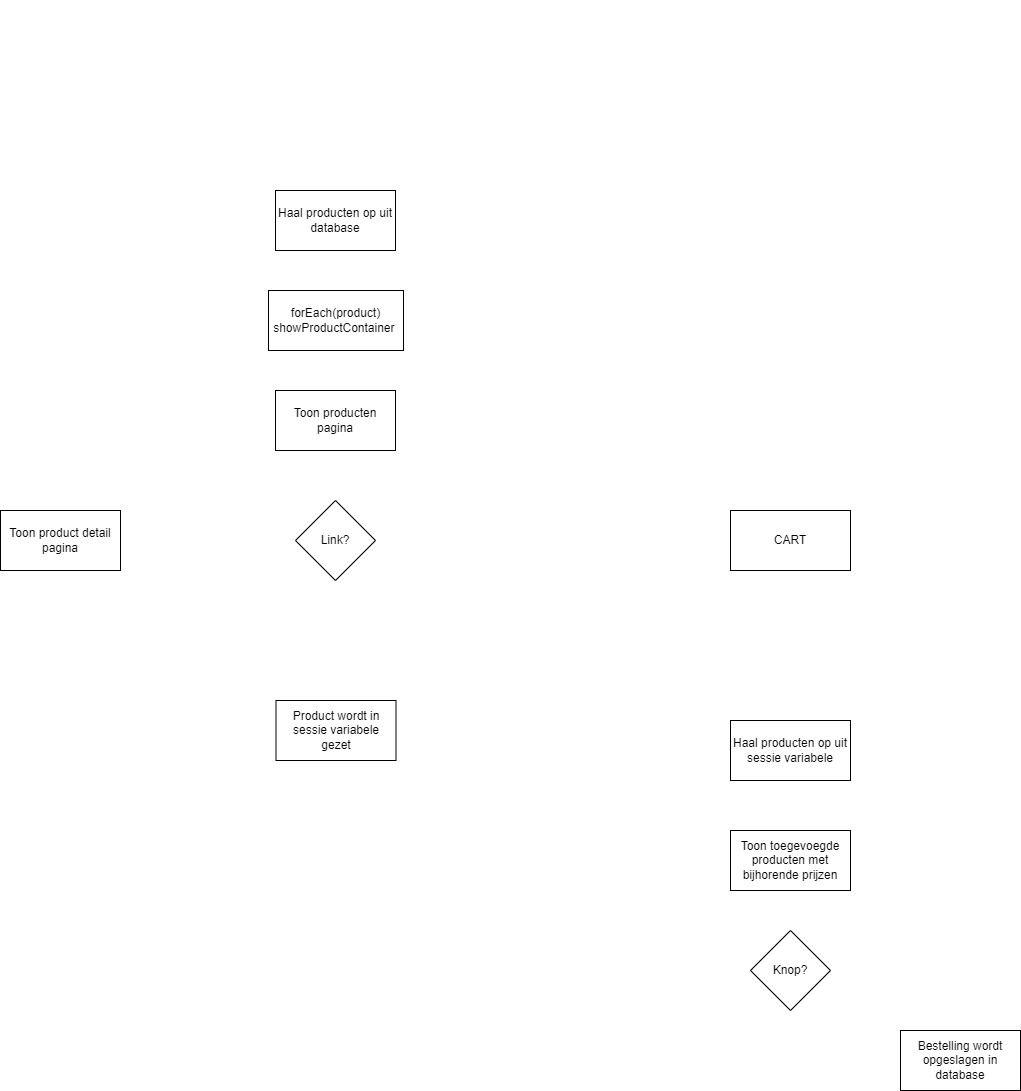
Above: Diagrams/webshop_flowchart.drawio.png in Dabra720/educom-webshop-database (draw.io), before the change. Source tidied: cells renumbered, new cells last; positions are measured from the earlier drawing's top-left corner, leaving out a move shared by most shapes.
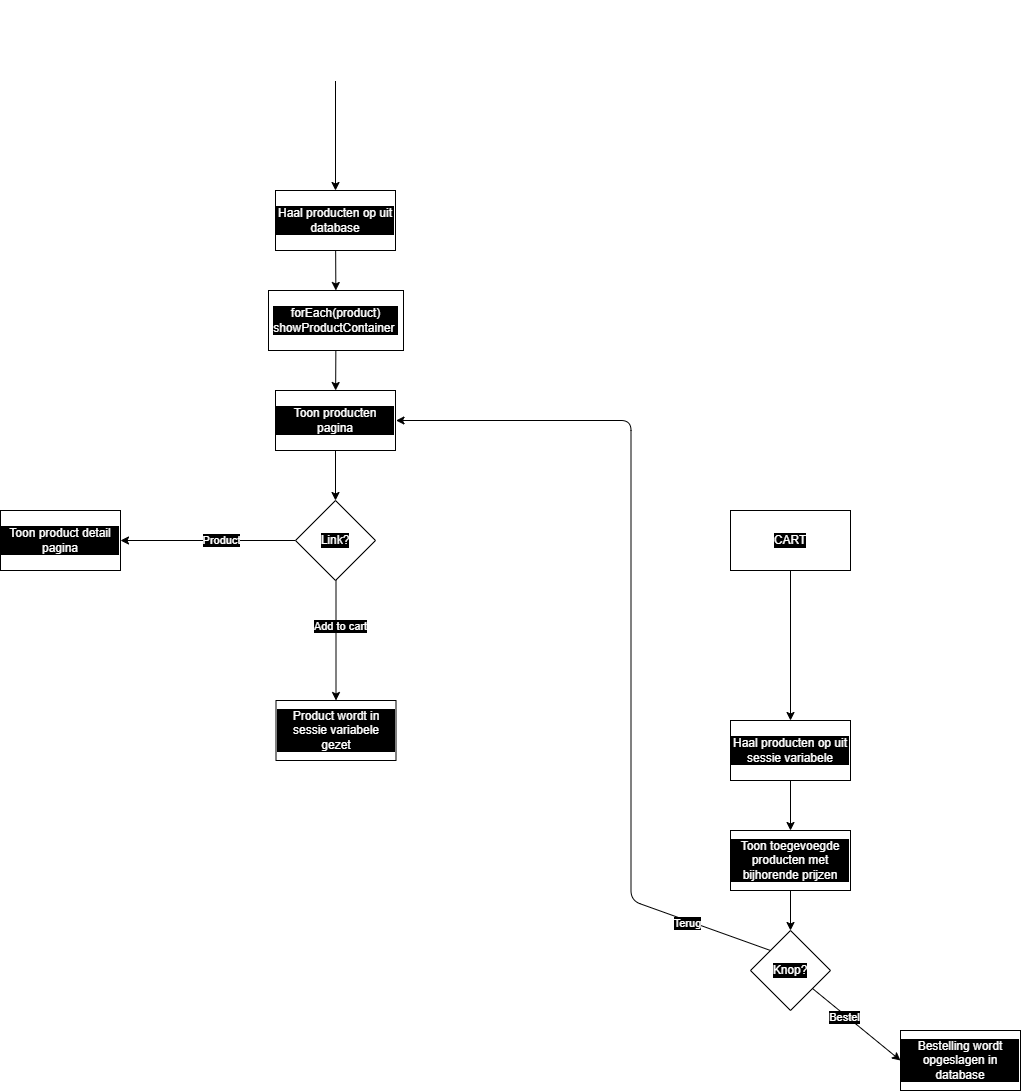
The same diagram one commit later.

What changed in the source:
```diff
@@ -1,76 +1,76 @@
-<mxGraphModel>
+<mxGraphModel background="#ffffff">
   <root>
     <mxCell id="0" />
     <mxCell id="1" parent="0" />
-    <mxCell id="2" style="edgeStyle=none;html=1;strokeColor=#FFFFFF;" parent="1" edge="1" source="3" target="15">
+    <mxCell id="2" style="edgeStyle=none;html=1;strokeColor=#000000;labelBackgroundColor=#000000;fontColor=#FFFFFF;" parent="1" edge="1" source="3" target="15">
       <mxGeometry relative="1" as="geometry" />
     </mxCell>
-    <mxCell id="3" style="ellipse;whiteSpace=wrap;html=1;strokeColor=#FFFFFF;" parent="1" vertex="1">
+    <mxCell id="3" style="ellipse;whiteSpace=wrap;html=1;strokeColor=#FFFFFF;labelBackgroundColor=#000000;fontColor=#FFFFFF;" parent="1" vertex="1">
       <mxGeometry x="295" width="80" height="80" as="geometry" />
     </mxCell>
-    <mxCell id="4" style="edgeStyle=none;html=1;entryX=0.5;entryY=0;entryDx=0;entryDy=0;strokeColor=#FFFFFF;" parent="1" edge="1" source="5" target="11">
+    <mxCell id="4" style="edgeStyle=none;html=1;entryX=0.5;entryY=0;entryDx=0;entryDy=0;strokeColor=#000000;labelBackgroundColor=#000000;fontColor=#FFFFFF;" parent="1" edge="1" source="5" target="11">
       <mxGeometry relative="1" as="geometry" />
     </mxCell>
-    <mxCell id="5" value="Toon producten pagina" style="rounded=0;whiteSpace=wrap;html=1;" parent="1" vertex="1">
+    <mxCell id="5" value="Toon producten pagina" style="rounded=0;whiteSpace=wrap;html=1;labelBackgroundColor=#000000;fontColor=#FFFFFF;" parent="1" vertex="1">
       <mxGeometry x="275" y="390" width="120" height="60" as="geometry" />
     </mxCell>
-    <mxCell id="6" style="edgeStyle=none;html=1;strokeColor=#FFFFFF;" parent="1" edge="1" source="11" target="12">
+    <mxCell id="6" style="edgeStyle=none;html=1;strokeColor=#000000;labelBackgroundColor=#000000;fontColor=#FFFFFF;" parent="1" edge="1" source="11" target="12">
       <mxGeometry relative="1" as="geometry" />
     </mxCell>
-    <mxCell id="7" value="Product" style="edgeLabel;html=1;align=center;verticalAlign=middle;fontColor=#FFFFFF;" parent="6" vertex="1">
+    <mxCell id="7" value="Product" style="edgeLabel;html=1;align=center;verticalAlign=middle;fontColor=#FFFFFF;labelBackgroundColor=#000000;" parent="6" vertex="1">
       <mxGeometry x="-0.14" y="-1" relative="1" as="geometry" />
     </mxCell>
-    <mxCell id="8" style="edgeStyle=none;html=1;strokeColor=#FFFFFF;" parent="1" edge="1" target="13">
+    <mxCell id="8" style="edgeStyle=none;html=1;strokeColor=#000000;labelBackgroundColor=#000000;fontColor=#FFFFFF;" parent="1" edge="1" target="13">
       <mxGeometry relative="1" as="geometry">
         <mxPoint x="335.5" y="580" as="sourcePoint" />
       </mxGeometry>
     </mxCell>
-    <mxCell id="9" value="Add to cart" style="edgeLabel;html=1;align=center;verticalAlign=middle;fontColor=#FFFFFF;" parent="8" vertex="1">
+    <mxCell id="9" value="Add to cart" style="edgeLabel;html=1;align=center;verticalAlign=middle;fontColor=#FFFFFF;labelBackgroundColor=#000000;" parent="8" vertex="1">
       <mxGeometry x="-0.25" y="4" relative="1" as="geometry" />
     </mxCell>
-    <mxCell id="10" style="edgeStyle=none;html=1;strokeColor=#FFFFFF;" parent="1" edge="1" source="11" target="19">
+    <mxCell id="10" style="edgeStyle=none;html=1;strokeColor=#FFFFFF;labelBackgroundColor=#000000;fontColor=#FFFFFF;" parent="1" edge="1" source="11" target="19">
       <mxGeometry relative="1" as="geometry" />
     </mxCell>
-    <mxCell id="11" value="Link?" style="rhombus;whiteSpace=wrap;html=1;" parent="1" vertex="1">
+    <mxCell id="11" value="Link?" style="rhombus;whiteSpace=wrap;html=1;labelBackgroundColor=#000000;fontColor=#FFFFFF;" parent="1" vertex="1">
       <mxGeometry x="295" y="500" width="80" height="80" as="geometry" />
     </mxCell>
-    <mxCell id="12" value="Toon product detail pagina" style="rounded=0;whiteSpace=wrap;html=1;" parent="1" vertex="1">
+    <mxCell id="12" value="Toon product detail pagina" style="rounded=0;whiteSpace=wrap;html=1;labelBackgroundColor=#000000;fontColor=#FFFFFF;" parent="1" vertex="1">
       <mxGeometry y="510" width="120" height="60" as="geometry" />
     </mxCell>
-    <mxCell id="13" value="Product wordt in sessie variabele gezet" style="rounded=0;whiteSpace=wrap;html=1;" parent="1" vertex="1">
+    <mxCell id="13" value="Product wordt in sessie variabele gezet" style="rounded=0;whiteSpace=wrap;html=1;labelBackgroundColor=#000000;fontColor=#FFFFFF;" parent="1" vertex="1">
       <mxGeometry x="275.5" y="700" width="120" height="60" as="geometry" />
     </mxCell>
-    <mxCell id="14" style="edgeStyle=none;html=1;strokeColor=#FFFFFF;" parent="1" edge="1" source="15" target="17">
+    <mxCell id="14" style="edgeStyle=none;html=1;strokeColor=#000000;labelBackgroundColor=#000000;fontColor=#FFFFFF;" parent="1" edge="1" source="15" target="17">
       <mxGeometry relative="1" as="geometry" />
     </mxCell>
-    <mxCell id="15" value="Haal producten op uit database" style="whiteSpace=wrap;html=1;" parent="1" vertex="1">
+    <mxCell id="15" value="Haal producten op uit database" style="whiteSpace=wrap;html=1;labelBackgroundColor=#000000;fontColor=#FFFFFF;" parent="1" vertex="1">
       <mxGeometry x="275" y="190" width="120" height="60" as="geometry" />
     </mxCell>
-    <mxCell id="16" style="edgeStyle=none;html=1;strokeColor=#FFFFFF;" parent="1" edge="1" source="17" target="5">
+    <mxCell id="16" style="edgeStyle=none;html=1;strokeColor=#000000;labelBackgroundColor=#000000;fontColor=#FFFFFF;" parent="1" edge="1" source="17" target="5">
       <mxGeometry relative="1" as="geometry" />
     </mxCell>
-    <mxCell id="17" value="forEach(product)&lt;br&gt;showProductContainer&amp;nbsp;" style="whiteSpace=wrap;html=1;" parent="1" vertex="1">
+    <mxCell id="17" value="forEach(product)&lt;br&gt;showProductContainer&amp;nbsp;" style="whiteSpace=wrap;html=1;labelBackgroundColor=#000000;fontColor=#FFFFFF;" parent="1" vertex="1">
       <mxGeometry x="268" y="290" width="135" height="60" as="geometry" />
     </mxCell>
-    <mxCell id="18" style="edgeStyle=none;html=1;entryX=0.5;entryY=0;entryDx=0;entryDy=0;strokeColor=#FFFFFF;" parent="1" edge="1" source="19" target="21">
+    <mxCell id="18" style="edgeStyle=none;html=1;entryX=0.5;entryY=0;entryDx=0;entryDy=0;strokeColor=#000000;labelBackgroundColor=#000000;fontColor=#FFFFFF;" parent="1" edge="1" source="19" target="21">
       <mxGeometry relative="1" as="geometry" />
     </mxCell>
-    <mxCell id="19" value="CART" style="whiteSpace=wrap;html=1;" parent="1" vertex="1">
+    <mxCell id="19" value="CART" style="whiteSpace=wrap;html=1;labelBackgroundColor=#000000;fontColor=#FFFFFF;" parent="1" vertex="1">
       <mxGeometry x="730" y="510" width="120" height="60" as="geometry" />
     </mxCell>
-    <mxCell id="20" style="edgeStyle=none;html=1;strokeColor=#FFFFFF;" parent="1" edge="1" source="21" target="23">
+    <mxCell id="20" style="edgeStyle=none;html=1;strokeColor=#000000;labelBackgroundColor=#000000;fontColor=#FFFFFF;" parent="1" edge="1" source="21" target="23">
       <mxGeometry relative="1" as="geometry" />
     </mxCell>
-    <mxCell id="21" value="Haal producten op uit sessie variabele" style="rounded=0;whiteSpace=wrap;html=1;" parent="1" vertex="1">
+    <mxCell id="21" value="Haal producten op uit sessie variabele" style="rounded=0;whiteSpace=wrap;html=1;labelBackgroundColor=#000000;fontColor=#FFFFFF;" parent="1" vertex="1">
       <mxGeometry x="730" y="720" width="120" height="60" as="geometry" />
     </mxCell>
-    <mxCell id="22" style="edgeStyle=none;html=1;entryX=0.5;entryY=0;entryDx=0;entryDy=0;strokeColor=#FFFFFF;" parent="1" edge="1" source="23" target="28">
+    <mxCell id="22" style="edgeStyle=none;html=1;entryX=0.5;entryY=0;entryDx=0;entryDy=0;strokeColor=#000000;labelBackgroundColor=#000000;fontColor=#FFFFFF;" parent="1" edge="1" source="23" target="28">
       <mxGeometry relative="1" as="geometry" />
     </mxCell>
-    <mxCell id="23" value="Toon toegevoegde producten met bijhorende prijzen" style="rounded=0;whiteSpace=wrap;html=1;" parent="1" vertex="1">
+    <mxCell id="23" value="Toon toegevoegde producten met bijhorende prijzen" style="rounded=0;whiteSpace=wrap;html=1;labelBackgroundColor=#000000;fontColor=#FFFFFF;" parent="1" vertex="1">
       <mxGeometry x="730" y="830" width="120" height="60" as="geometry" />
     </mxCell>
-    <mxCell id="24" style="edgeStyle=none;html=1;exitX=0;exitY=0;exitDx=0;exitDy=0;entryX=1;entryY=0.5;entryDx=0;entryDy=0;strokeColor=#FFFFFF;" parent="1" edge="1" source="28">
+    <mxCell id="24" style="edgeStyle=none;html=1;exitX=0;exitY=0;exitDx=0;exitDy=0;entryX=1;entryY=0.5;entryDx=0;entryDy=0;strokeColor=#000000;labelBackgroundColor=#000000;fontColor=#FFFFFF;" parent="1" edge="1" source="28">
       <mxGeometry relative="1" as="geometry">
         <mxPoint x="395.5" y="420" as="targetPoint" />
         <Array as="points">
@@ -79,19 +79,19 @@
         </Array>
       </mxGeometry>
     </mxCell>
-    <mxCell id="25" value="Terug" style="edgeLabel;html=1;align=center;verticalAlign=middle;fontColor=#FFFFFF;" parent="24" vertex="1">
+    <mxCell id="25" value="Terug" style="edgeLabel;html=1;align=center;verticalAlign=middle;fontColor=#FFFFFF;labelBackgroundColor=#000000;" parent="24" vertex="1">
       <mxGeometry x="-0.8" y="2" relative="1" as="geometry" />
     </mxCell>
-    <mxCell id="26" style="edgeStyle=none;html=1;entryX=0;entryY=0.5;entryDx=0;entryDy=0;strokeColor=#FFFFFF;" parent="1" edge="1" source="28" target="29">
+    <mxCell id="26" style="edgeStyle=none;html=1;entryX=0;entryY=0.5;entryDx=0;entryDy=0;strokeColor=#000000;labelBackgroundColor=#000000;fontColor=#FFFFFF;" parent="1" edge="1" source="28" target="29">
       <mxGeometry relative="1" as="geometry" />
     </mxCell>
-    <mxCell id="27" value="Bestel" style="edgeLabel;html=1;align=center;verticalAlign=middle;fontColor=#FFFFFF;" parent="26" vertex="1">
+    <mxCell id="27" value="Bestel" style="edgeLabel;html=1;align=center;verticalAlign=middle;fontColor=#FFFFFF;labelBackgroundColor=#000000;" parent="26" vertex="1">
       <mxGeometry x="-0.26" y="-2" relative="1" as="geometry" />
     </mxCell>
-    <mxCell id="28" value="Knop?" style="rhombus;whiteSpace=wrap;html=1;" parent="1" vertex="1">
+    <mxCell id="28" value="Knop?" style="rhombus;whiteSpace=wrap;html=1;labelBackgroundColor=#000000;fontColor=#FFFFFF;" parent="1" vertex="1">
       <mxGeometry x="750" y="930" width="80" height="80" as="geometry" />
     </mxCell>
-    <mxCell id="29" value="Bestelling wordt opgeslagen in database" style="rounded=0;whiteSpace=wrap;html=1;" parent="1" vertex="1">
+    <mxCell id="29" value="Bestelling wordt opgeslagen in database" style="rounded=0;whiteSpace=wrap;html=1;labelBackgroundColor=#000000;fontColor=#FFFFFF;" parent="1" vertex="1">
       <mxGeometry x="900" y="1030" width="120" height="60" as="geometry" />
     </mxCell>
   </root>
```
